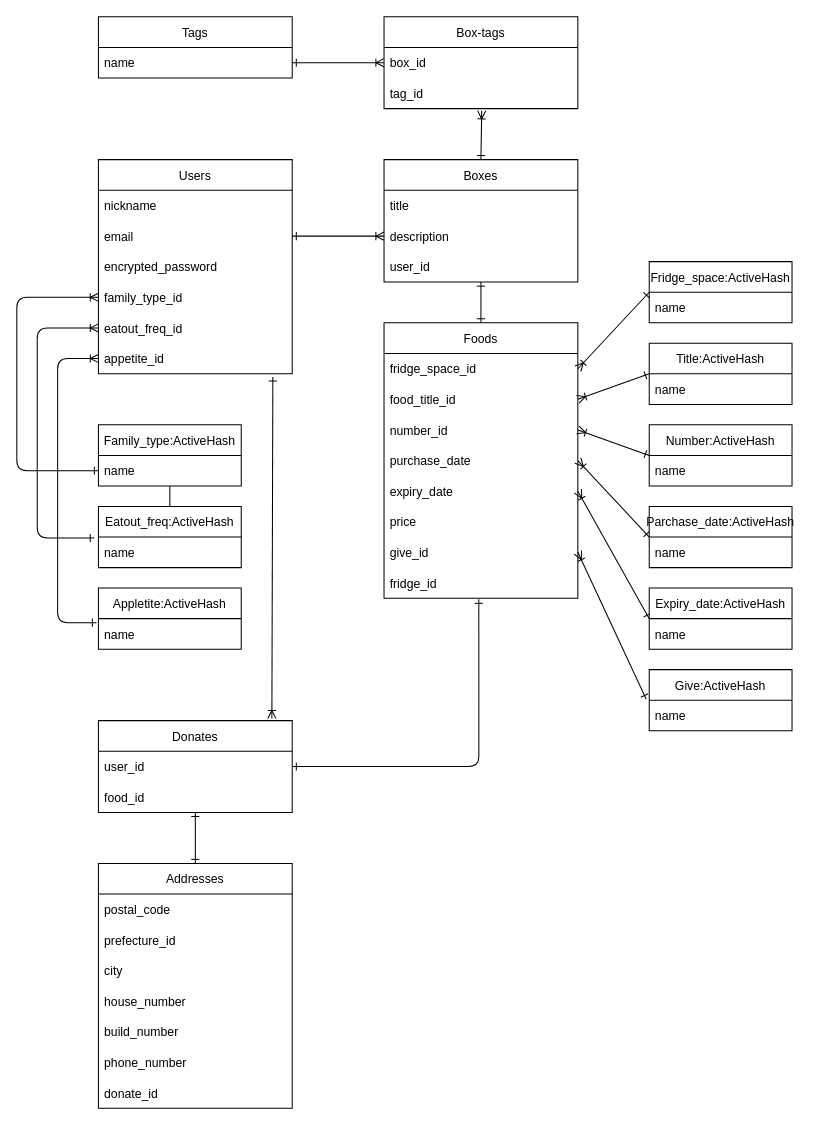
This is ER.dio from izureco/fridge, a draw.io file, before an edit. Source tidied: cells renumbered, new cells numbered last; positions are measured from the earlier drawing's top-left corner, leaving out a move shared by most shapes. Both pictures are drawn from the tidied source at 102%, with x=0, y=0 at pixel (16, 16).
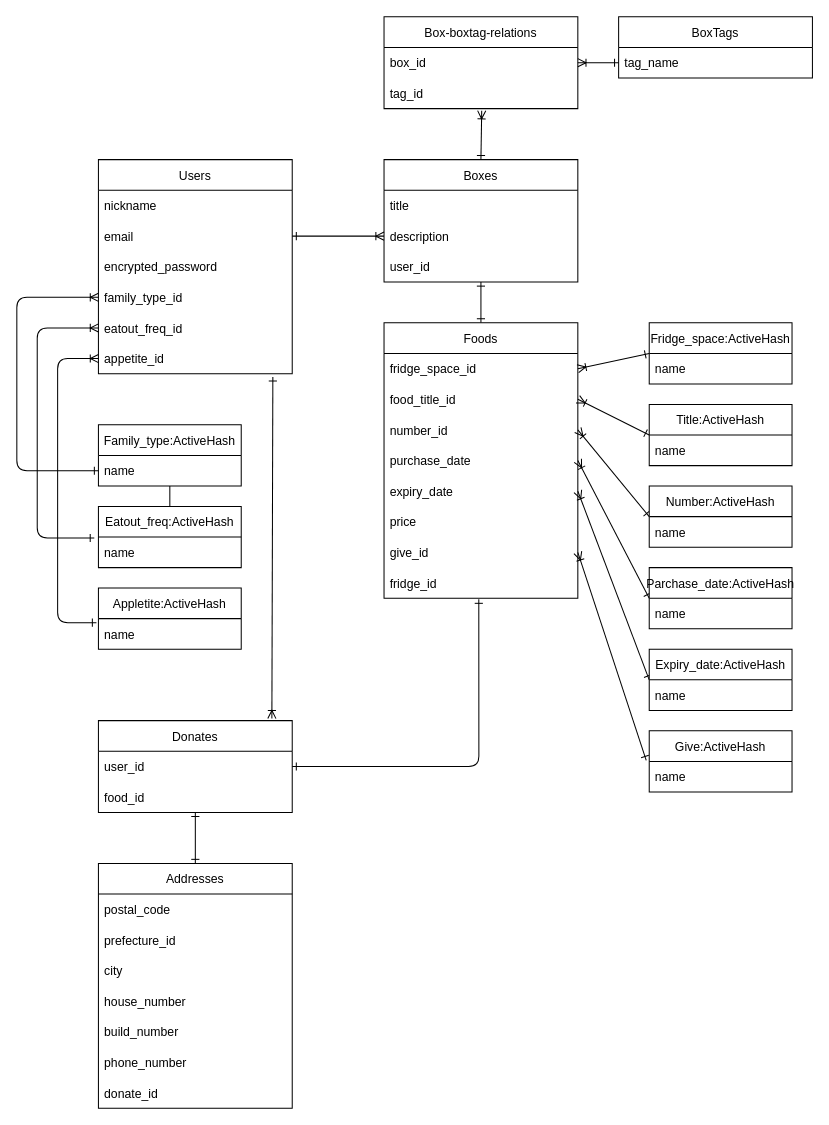
After the change.

The change refers to these unchanged cells:
```xml
<mxCell id="40" value="box_id" style="text;strokeColor=none;fillColor=none;align=left;verticalAlign=middle;spacingLeft=4;spacingRight=4;overflow=hidden;points=[[0,0.5],[1,0.5]];portConstraint=eastwest;" parent="39" vertex="1">
  <mxGeometry y="30" width="190" height="30" as="geometry" />
</mxCell>
```

Diff of the diagram source:
```diff
@@
     <mxCell id="25" value="Fridge_space:ActiveHash" style="swimlane;fontStyle=0;horizontal=1;startSize=30;" parent="1" vertex="1">
-      <mxGeometry x="620" y="240" width="140" height="60" as="geometry" />
+      <mxGeometry x="620" y="300" width="140" height="60" as="geometry" />
     </mxCell>
@@
     <mxCell id="28" value="Title:ActiveHash" style="swimlane;fontStyle=0;horizontal=1;startSize=30;" parent="1" vertex="1">
-      <mxGeometry x="620" y="320" width="140" height="60" as="geometry" />
+      <mxGeometry x="620" y="380" width="140" height="60" as="geometry" />
     </mxCell>
@@
     <mxCell id="31" value="Number:ActiveHash" style="swimlane;fontStyle=0;horizontal=1;startSize=30;" parent="1" vertex="1">
-      <mxGeometry x="620" y="400" width="140" height="60" as="geometry" />
+      <mxGeometry x="620" y="460" width="140" height="60" as="geometry" />
     </mxCell>
@@
     <mxCell id="34" value="Parchase_date:ActiveHash" style="swimlane;fontStyle=0;horizontal=1;startSize=30;" parent="1" vertex="1">
-      <mxGeometry x="620" y="480" width="140" height="60" as="geometry" />
+      <mxGeometry x="620" y="540" width="140" height="60" as="geometry" />
     </mxCell>
@@
     <mxCell id="37" value="Expiry_date:ActiveHash" style="swimlane;fontStyle=0;horizontal=1;startSize=30;" parent="1" vertex="1">
-      <mxGeometry x="620" y="560" width="140" height="60" as="geometry" />
+      <mxGeometry x="620" y="620" width="140" height="60" as="geometry" />
     </mxCell>
@@
-    <mxCell id="39" value="Box-tags" style="swimlane;fontStyle=0;horizontal=1;startSize=30;" parent="1" vertex="1">
+    <mxCell id="39" value="Box-boxtag-relations" style="swimlane;fontStyle=0;horizontal=1;startSize=30;" parent="1" vertex="1">
       <mxGeometry x="360" width="190" height="90" as="geometry" />
     </mxCell>
@@
-    <mxCell id="42" style="edgeStyle=none;html=1;exitX=1;exitY=0.5;exitDx=0;exitDy=0;entryX=0;entryY=0.5;entryDx=0;entryDy=0;startArrow=ERone;startFill=0;endArrow=ERoneToMany;endFill=0;" parent="1" edge="1" source="44" target="40">
-      <mxGeometry relative="1" as="geometry" />
+    <mxCell id="42" style="edgeStyle=none;html=1;exitX=0;exitY=0.5;exitDx=0;exitDy=0;startArrow=ERone;startFill=0;endArrow=ERoneToMany;endFill=0;" parent="1" edge="1" source="44">
+      <mxGeometry relative="1" as="geometry">
+        <mxPoint x="550" y="45" as="targetPoint" />
+      </mxGeometry>
     </mxCell>
-    <mxCell id="43" value="Tags" style="swimlane;fontStyle=0;horizontal=1;startSize=30;" parent="1" vertex="1">
-      <mxGeometry x="80" width="190" height="60" as="geometry" />
+    <mxCell id="43" value="BoxTags" style="swimlane;fontStyle=0;horizontal=1;startSize=30;" parent="1" vertex="1">
+      <mxGeometry x="590" width="190" height="60" as="geometry" />
     </mxCell>
-    <mxCell id="44" value="name" style="text;strokeColor=none;fillColor=none;align=left;verticalAlign=middle;spacingLeft=4;spacingRight=4;overflow=hidden;points=[[0,0.5],[1,0.5]];portConstraint=eastwest;" parent="43" vertex="1">
+    <mxCell id="44" value="tag_name" style="text;strokeColor=none;fillColor=none;align=left;verticalAlign=middle;spacingLeft=4;spacingRight=4;overflow=hidden;points=[[0,0.5],[1,0.5]];portConstraint=eastwest;" parent="43" vertex="1">
       <mxGeometry y="30" width="190" height="30" as="geometry" />
     </mxCell>
@@
     <mxCell id="58" value="Give:ActiveHash" style="swimlane;fontStyle=0;horizontal=1;startSize=30;" parent="1" vertex="1">
-      <mxGeometry x="620" y="640" width="140" height="60" as="geometry" />
+      <mxGeometry x="620" y="700" width="140" height="60" as="geometry" />
     </mxCell>
```
